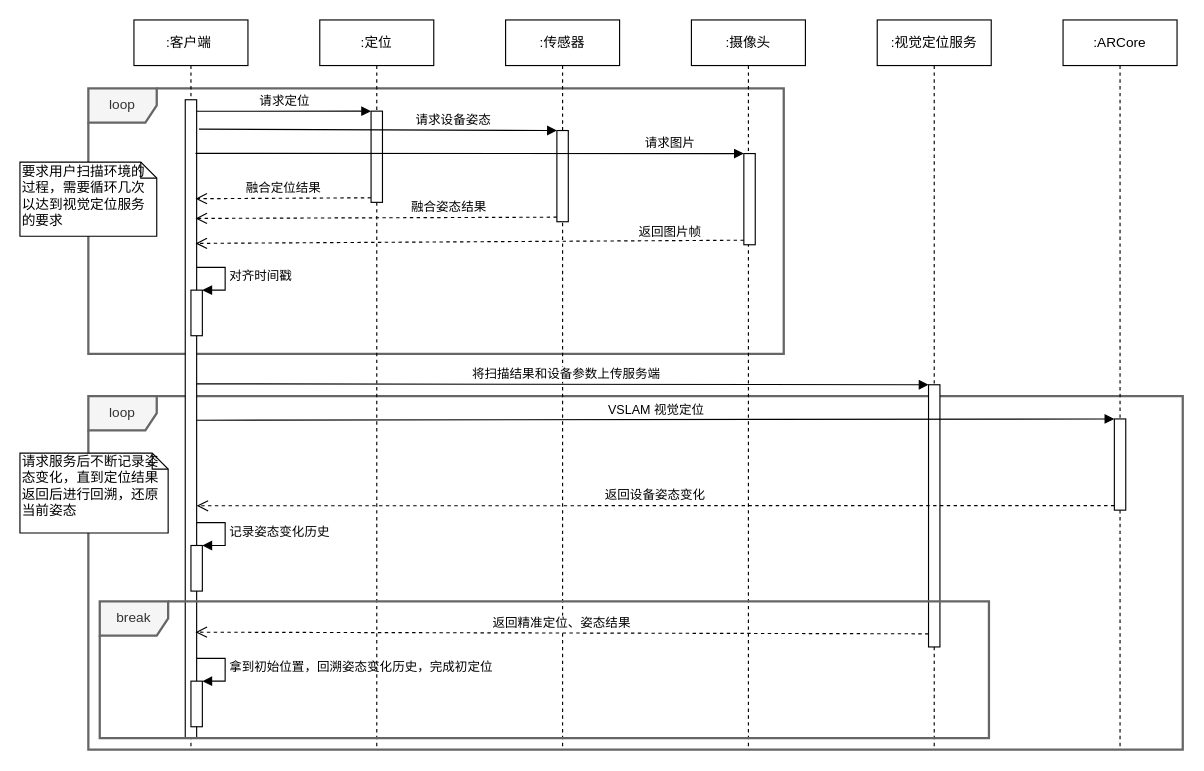
Above: page "初定位" (2 of 16) of AR 客户端架构.drawio in wangziji/graphics (draw.io), before the change. Source tidied: cells renumbered, new cells numbered last; positions are measured from the earlier drawing's top-left corner, leaving out a move shared by most shapes. Both pictures are drawn from the tidied source at 114%, with x=0, y=0 at pixel (19, 19).
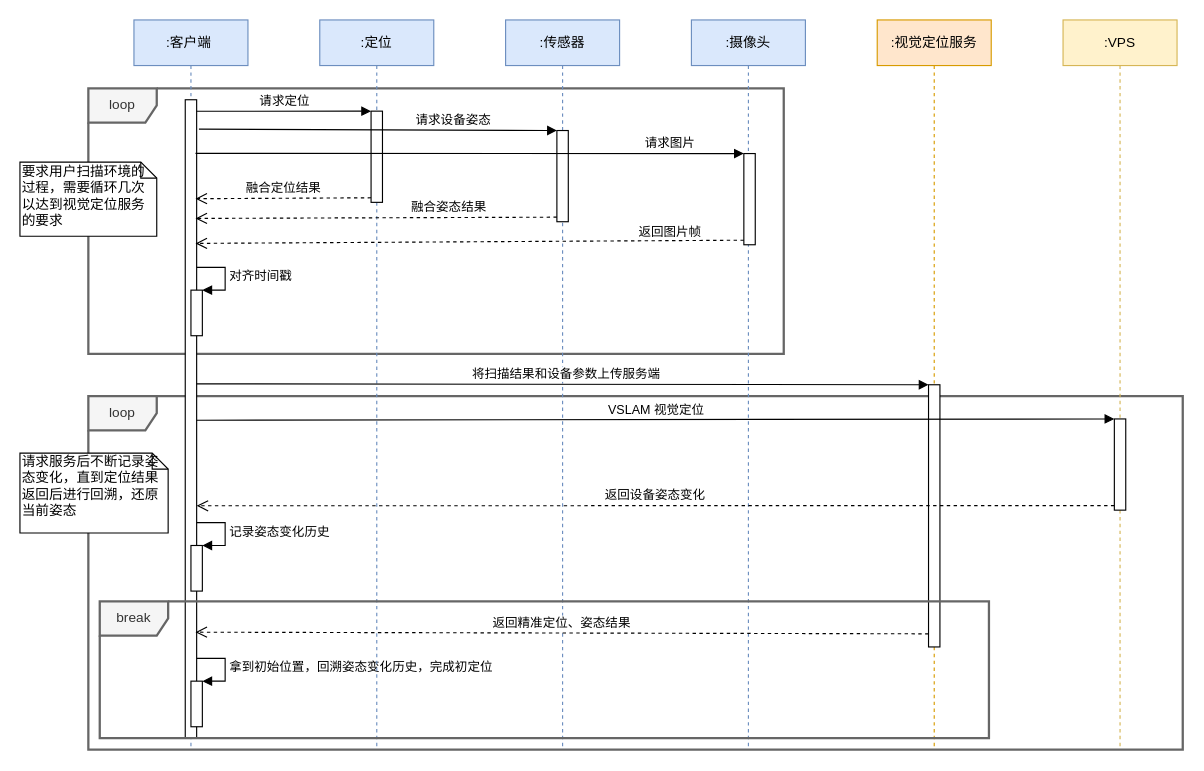
The same page after the edit.

Diff of the diagram source:
```diff
@@
-    <mxCell id="4" value=":客户端&amp;nbsp;" style="shape=umlLifeline;perimeter=lifelinePerimeter;whiteSpace=wrap;html=1;flipH=1;flipV=0;" parent="1" vertex="1">
+    <mxCell id="4" value=":客户端&amp;nbsp;" style="shape=umlLifeline;perimeter=lifelinePerimeter;whiteSpace=wrap;html=1;flipH=1;flipV=0;fillColor=#dae8fc;strokeColor=#6c8ebf;" parent="1" vertex="1">
       <mxGeometry x="100" width="100" height="640" as="geometry" />
     </mxCell>
@@
-    <mxCell id="10" value=":定位" style="shape=umlLifeline;perimeter=lifelinePerimeter;whiteSpace=wrap;html=1;flipH=1;flipV=0;" parent="1" vertex="1">
+    <mxCell id="10" value=":定位" style="shape=umlLifeline;perimeter=lifelinePerimeter;whiteSpace=wrap;html=1;flipH=1;flipV=0;fillColor=#dae8fc;strokeColor=#6c8ebf;" parent="1" vertex="1">
       <mxGeometry x="263" width="100" height="640" as="geometry" />
     </mxCell>
@@
-    <mxCell id="12" value=":传感器" style="shape=umlLifeline;perimeter=lifelinePerimeter;whiteSpace=wrap;html=1;flipH=1;flipV=0;" parent="1" vertex="1">
+    <mxCell id="12" value=":传感器" style="shape=umlLifeline;perimeter=lifelinePerimeter;whiteSpace=wrap;html=1;flipH=1;flipV=0;fillColor=#dae8fc;strokeColor=#6c8ebf;" parent="1" vertex="1">
       <mxGeometry x="426" width="100" height="640" as="geometry" />
     </mxCell>
@@
-    <mxCell id="14" value=":视觉定位服务" style="shape=umlLifeline;perimeter=lifelinePerimeter;whiteSpace=wrap;html=1;flipH=1;flipV=0;" parent="1" vertex="1">
+    <mxCell id="14" value=":视觉定位服务" style="shape=umlLifeline;perimeter=lifelinePerimeter;whiteSpace=wrap;html=1;flipH=1;flipV=0;fillColor=#ffe6cc;strokeColor=#d79b00;" parent="1" vertex="1">
       <mxGeometry x="752" width="100" height="640" as="geometry" />
     </mxCell>
-    <mxCell id="15" value=":ARCore" style="shape=umlLifeline;perimeter=lifelinePerimeter;whiteSpace=wrap;html=1;flipH=1;flipV=0;" parent="1" vertex="1">
+    <mxCell id="15" value=":VPS" style="shape=umlLifeline;perimeter=lifelinePerimeter;whiteSpace=wrap;html=1;flipH=1;flipV=0;fillColor=#fff2cc;strokeColor=#d6b656;" parent="1" vertex="1">
       <mxGeometry x="915" width="100" height="640" as="geometry" />
     </mxCell>
@@
-    <mxCell id="21" value=":摄像头" style="shape=umlLifeline;perimeter=lifelinePerimeter;whiteSpace=wrap;html=1;flipH=1;flipV=0;" parent="1" vertex="1">
+    <mxCell id="21" value=":摄像头" style="shape=umlLifeline;perimeter=lifelinePerimeter;whiteSpace=wrap;html=1;flipH=1;flipV=0;fillColor=#dae8fc;strokeColor=#6c8ebf;" parent="1" vertex="1">
       <mxGeometry x="589" width="100" height="640" as="geometry" />
     </mxCell>
```
